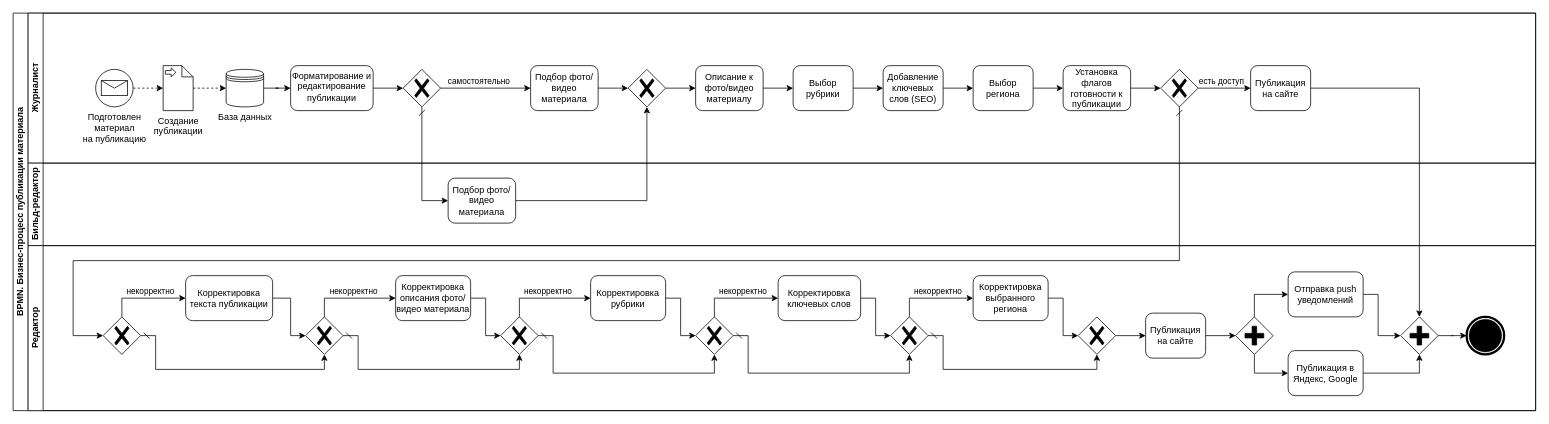
Before: page "bpmn_uranews_v2" (2 of 3) of uranews.drawio in jsob/diagrams, a draw.io diagram. Source tidied: cells renumbered, new cells numbered last; positions are measured from the earlier drawing's top-left corner, leaving out a move shared by most shapes. Both pictures are drawn from the tidied source at 75%, with x=0, y=0 at pixel (13, 13).
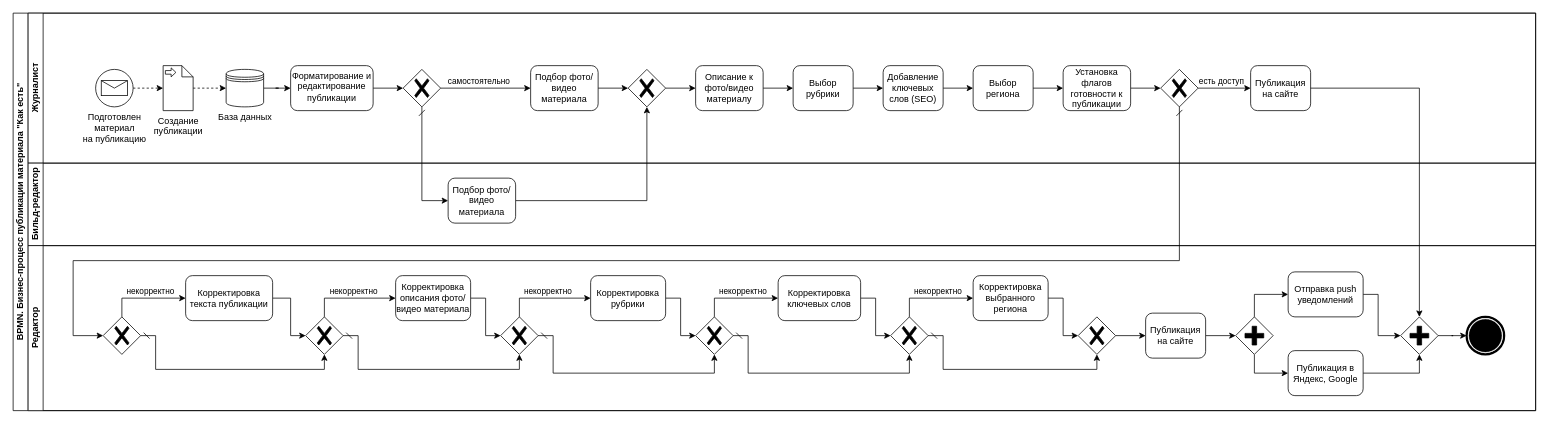
The same page after the edit.

Change to the diagram source:
```diff
@@
-    <mxCell id="2" value="BPMN. Бизнес-процесс публикации материала" style="swimlane;html=1;horizontal=0;startSize=20;whiteSpace=wrap;" parent="1" vertex="1">
+    <mxCell id="2" value="BPMN. Бизнес-процесс публикации материала &quot;Как есть&quot;" style="swimlane;html=1;horizontal=0;startSize=20;whiteSpace=wrap;" parent="1" vertex="1">
       <mxGeometry width="2030" height="530" as="geometry" />
     </mxCell>
```
